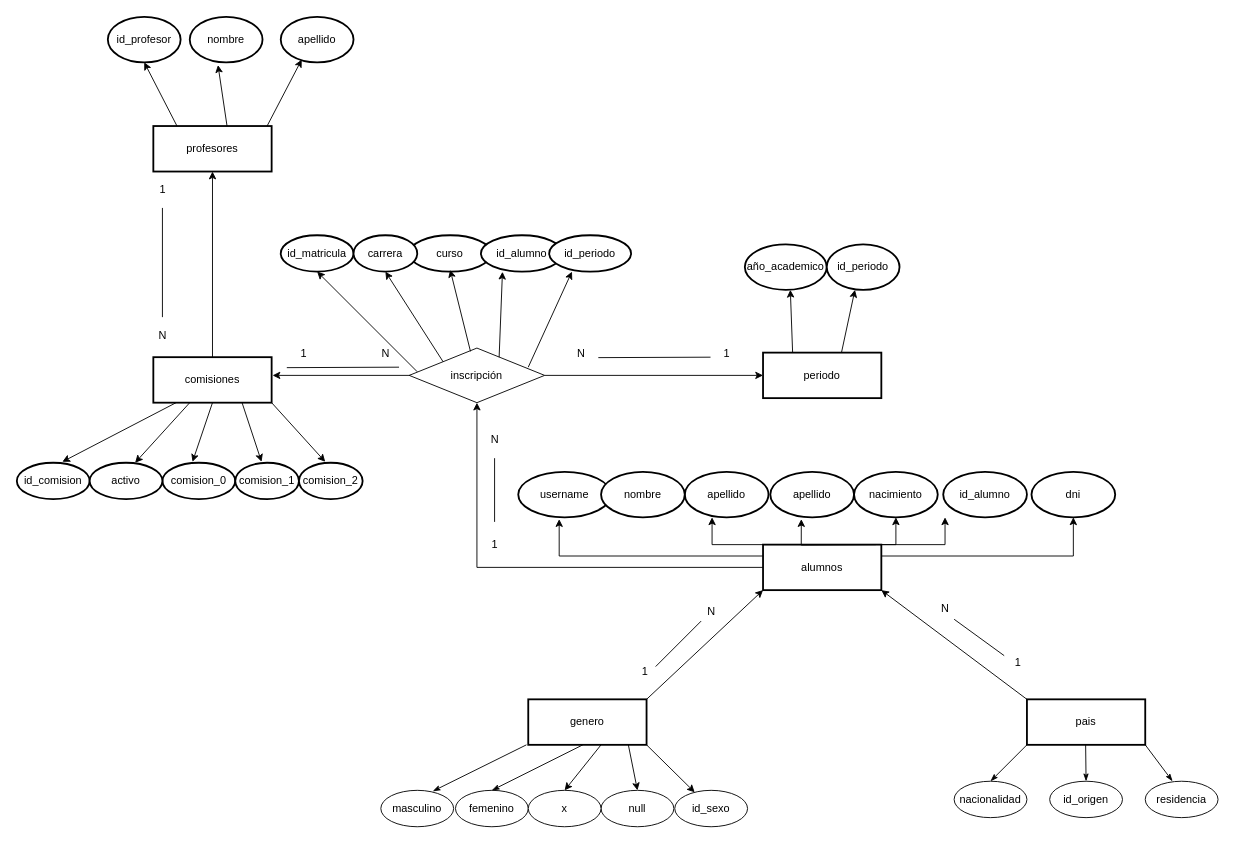
Above: Diagrama sin título.drawio in arcv1337/arcv1337 (draw.io), before the change. Source tidied: cells renumbered, new cells numbered last; positions are measured from the earlier drawing's top-left corner, leaving out a move shared by most shapes. Both pictures are drawn from the tidied source at 91%, with x=0, y=0 at pixel (16, 16).
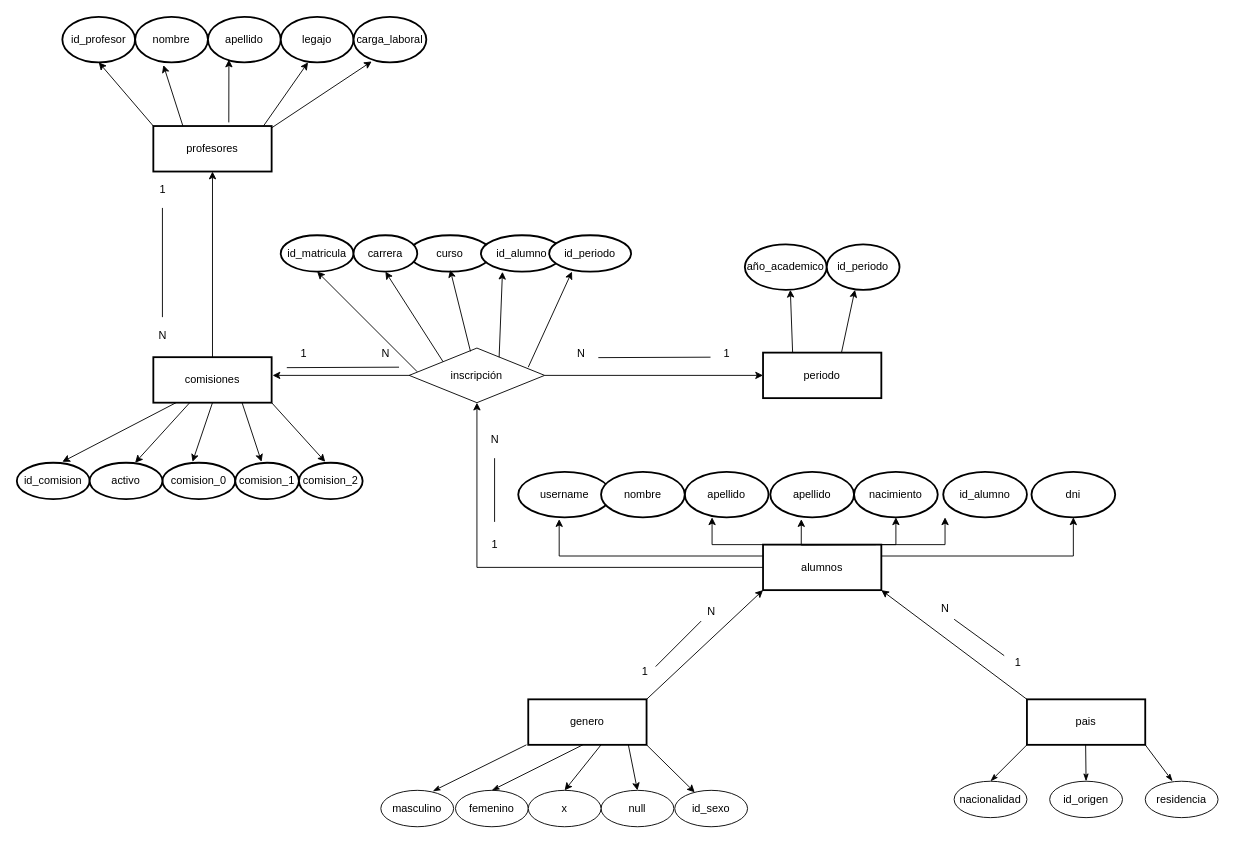
The same page after the edit.

The change refers to these unchanged cells:
```xml
<mxCell id="81" value="profesores" style="rounded=0;whiteSpace=wrap;html=1;strokeWidth=2;fontSize=12;" parent="1" vertex="1">
  <mxGeometry x="150" y="120" width="130" height="50" as="geometry" />
</mxCell>
```

Diff of the diagram source:
```diff
@@
     <mxCell id="82" value="id_profesor" style="ellipse;whiteSpace=wrap;html=1;strokeWidth=2;" parent="1" vertex="1">
-      <mxGeometry x="100" width="80" height="50" as="geometry" />
+      <mxGeometry x="50" width="80" height="50" as="geometry" />
     </mxCell>
-    <mxCell id="83" style="endArrow=classic;html=1;rounded=0;entryX=0.5;entryY=1;entryDx=0;entryDy=0;exitX=0.2;exitY=0;exitDx=0;exitDy=0;exitPerimeter=0;" parent="1" edge="1" source="81" target="82">
+    <mxCell id="83" style="endArrow=classic;html=1;rounded=0;entryX=0.5;entryY=1;entryDx=0;entryDy=0;exitX=0;exitY=0;exitDx=0;exitDy=0;" parent="1" edge="1" source="81" target="82">
       <mxGeometry relative="1" as="geometry" />
     </mxCell>
-    <mxCell id="84" style="endArrow=classic;html=1;rounded=0;exitX=0.623;exitY=0;exitDx=0;exitDy=0;exitPerimeter=0;entryX=0.388;entryY=1.06;entryDx=0;entryDy=0;entryPerimeter=0;" parent="1" edge="1" source="81" target="85">
+    <mxCell id="84" style="endArrow=classic;html=1;rounded=0;exitX=0.25;exitY=0;exitDx=0;exitDy=0;entryX=0.388;entryY=1.06;entryDx=0;entryDy=0;entryPerimeter=0;" parent="1" edge="1" source="81" target="85">
       <mxGeometry relative="1" as="geometry" />
     </mxCell>
     <mxCell id="85" value="nombre" style="ellipse;whiteSpace=wrap;html=1;strokeWidth=2;" parent="1" vertex="1">
-      <mxGeometry x="190" width="80" height="50" as="geometry" />
+      <mxGeometry x="130" width="80" height="50" as="geometry" />
     </mxCell>
-    <mxCell id="86" style="endArrow=classic;html=1;rounded=0;exitX=0.2;exitY=0;exitDx=0;exitDy=0;exitPerimeter=0;entryX=0.288;entryY=0.94;entryDx=0;entryDy=0;entryPerimeter=0;" parent="1" edge="1" target="87">
-      <mxGeometry relative="1" as="geometry">
-        <mxPoint x="275" y="120" as="sourcePoint" />
-      </mxGeometry>
+    <mxCell id="86" style="endArrow=classic;html=1;rounded=0;exitX=0.638;exitY=-0.08;exitDx=0;exitDy=0;exitPerimeter=0;entryX=0.288;entryY=0.94;entryDx=0;entryDy=0;entryPerimeter=0;" parent="1" edge="1" source="81" target="87">
+      <mxGeometry relative="1" as="geometry" />
     </mxCell>
     <mxCell id="87" value="apellido" style="ellipse;whiteSpace=wrap;html=1;strokeWidth=2;" parent="1" vertex="1">
-      <mxGeometry x="290" width="80" height="50" as="geometry" />
+      <mxGeometry x="210" width="80" height="50" as="geometry" />
     </mxCell>
@@
+    <mxCell id="93" style="endArrow=classic;html=1;rounded=0;exitX=0.2;exitY=0;exitDx=0;exitDy=0;exitPerimeter=0;" parent="1" edge="1">
+      <mxGeometry relative="1" as="geometry">
+        <mxPoint x="271" y="120" as="sourcePoint" />
+        <mxPoint x="320" y="50" as="targetPoint" />
+      </mxGeometry>
+    </mxCell>
+    <mxCell id="94" value="legajo" style="ellipse;whiteSpace=wrap;html=1;strokeWidth=2;" parent="1" vertex="1">
+      <mxGeometry x="290" width="80" height="50" as="geometry" />
+    </mxCell>
+    <mxCell id="95" style="endArrow=classic;html=1;rounded=0;exitX=0.2;exitY=0;exitDx=0;exitDy=0;exitPerimeter=0;entryX=0.25;entryY=0.98;entryDx=0;entryDy=0;entryPerimeter=0;" parent="1" edge="1" target="96">
+      <mxGeometry relative="1" as="geometry">
+        <mxPoint x="280" y="122" as="sourcePoint" />
+      </mxGeometry>
+    </mxCell>
+    <mxCell id="96" value="carga_laboral" style="ellipse;whiteSpace=wrap;html=1;strokeWidth=2;" parent="1" vertex="1">
+      <mxGeometry x="370" width="80" height="50" as="geometry" />
+    </mxCell>
```
